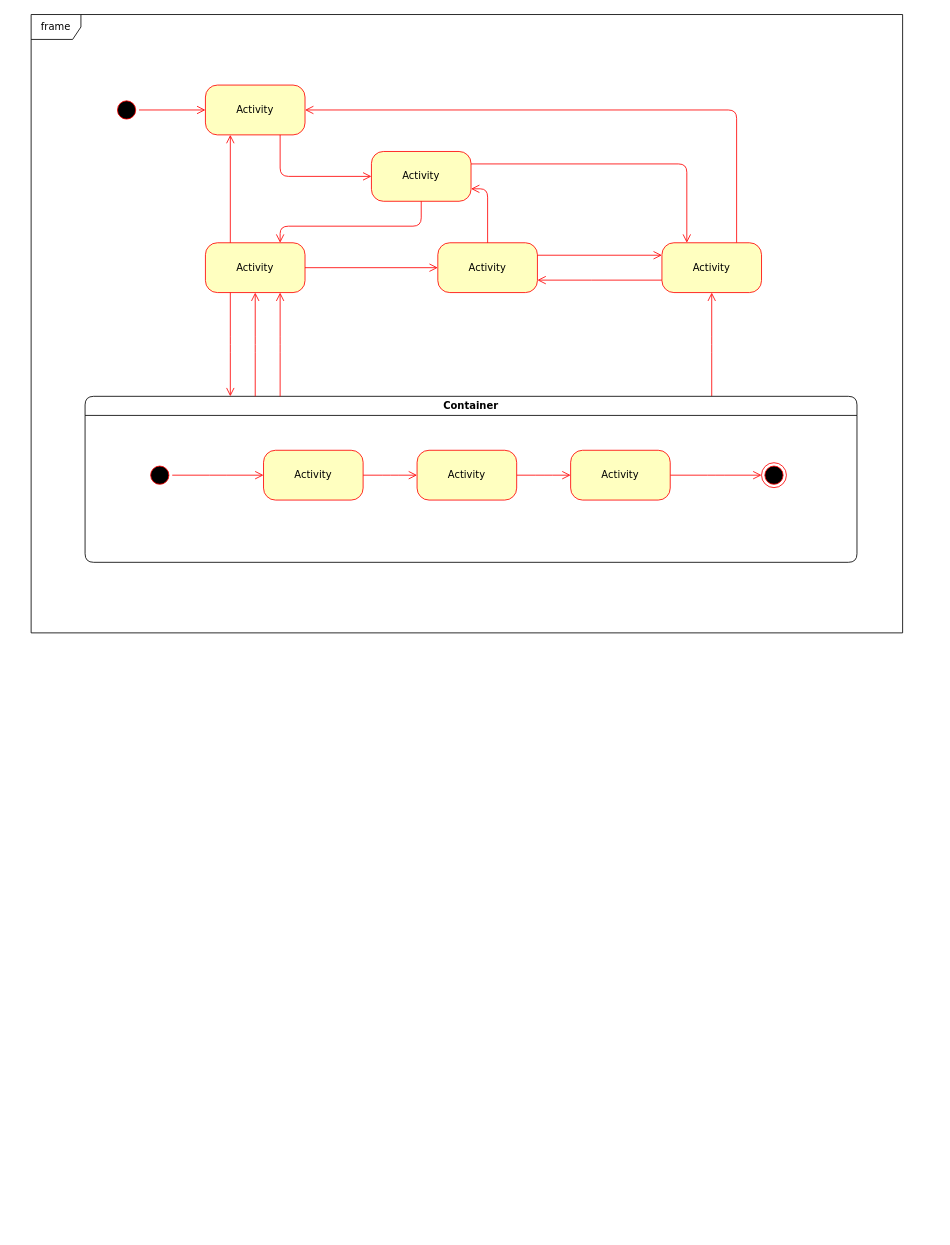
Before: Untitled Diagram.drawio in 820239854/DS_IN_C, a draw.io diagram. Source tidied: cells renumbered, new cells numbered last; positions are measured from the earlier drawing's top-left corner, leaving out a move shared by most shapes. Both pictures are drawn from the tidied source at 83%, with x=0, y=0 at pixel (31, 14).
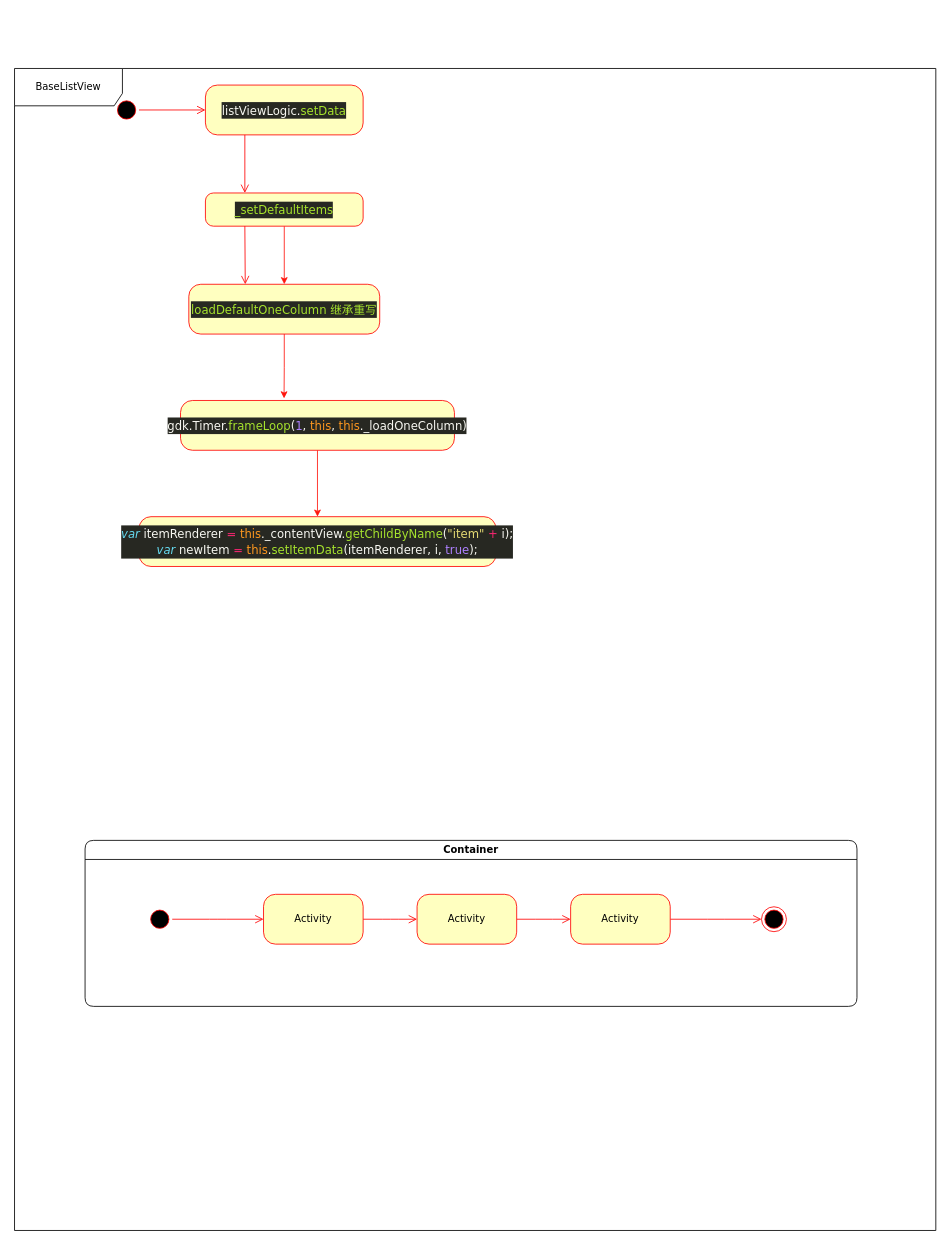
The same diagram, later.

Diff of the diagram source:
```diff
@@
+    <mxCell id="22" value="BaseListView" style="shape=umlFrame;whiteSpace=wrap;html=1;rounded=1;shadow=0;comic=0;labelBackgroundColor=none;strokeWidth=1;fontFamily=Verdana;fontSize=12;align=center;width=130;height=45;" parent="1" vertex="1">
+      <mxGeometry x="-20" y="65" width="1110" height="1400" as="geometry" />
+    </mxCell>
@@
+    <mxCell id="33" style="edgeStyle=orthogonalEdgeStyle;rounded=0;jettySize=auto;html=1;strokeColor=#FF150D;" parent="1" edge="1" source="3" target="35">
+      <mxGeometry relative="1" as="geometry" />
+    </mxCell>
-    <mxCell id="3" value="Activity" style="rounded=1;whiteSpace=wrap;html=1;arcSize=24;fillColor=#ffffc0;strokeColor=#ff0000;shadow=0;comic=0;labelBackgroundColor=none;fontFamily=Verdana;fontSize=12;fontColor=#000000;align=center;" parent="1" vertex="1">
-      <mxGeometry x="210" y="275" width="120" height="60" as="geometry" />
+    <mxCell id="3" value="&lt;div style=&quot;color: rgb(248 , 248 , 242) ; background-color: rgb(39 , 40 , 34) ; font-family: &amp;#34;monaco&amp;#34; , , &amp;#34;courier new&amp;#34; , monospace , &amp;#34;consolas&amp;#34; , &amp;#34;courier new&amp;#34; , monospace ; font-size: 14px ; line-height: 20px&quot;&gt;&lt;span style=&quot;color: #a6e22e&quot;&gt;_setDefaultItems&lt;/span&gt;&lt;/div&gt;" style="rounded=1;whiteSpace=wrap;html=1;arcSize=24;fillColor=#ffffc0;strokeColor=#ff0000;shadow=0;comic=0;labelBackgroundColor=none;fontFamily=Verdana;fontSize=12;fontColor=#000000;align=center;" parent="1" vertex="1">
+      <mxGeometry x="210" y="215" width="190" height="40" as="geometry" />
     </mxCell>
-    <mxCell id="4" value="Activity" style="rounded=1;whiteSpace=wrap;html=1;arcSize=24;fillColor=#ffffc0;strokeColor=#ff0000;shadow=0;comic=0;labelBackgroundColor=none;fontFamily=Verdana;fontSize=12;fontColor=#000000;align=center;" parent="1" vertex="1">
-      <mxGeometry x="210" y="85" width="120" height="60" as="geometry" />
+    <mxCell id="4" value="&lt;div style=&quot;color: rgb(248 , 248 , 242) ; background-color: rgb(39 , 40 , 34) ; font-family: &amp;#34;monaco&amp;#34; , , &amp;#34;courier new&amp;#34; , monospace , &amp;#34;consolas&amp;#34; , &amp;#34;courier new&amp;#34; , monospace ; font-size: 14px ; line-height: 20px&quot;&gt;listViewLogic.&lt;span style=&quot;color: #a6e22e&quot;&gt;setData&lt;/span&gt;&lt;/div&gt;" style="rounded=1;whiteSpace=wrap;html=1;arcSize=24;fillColor=#ffffc0;strokeColor=#ff0000;shadow=0;comic=0;labelBackgroundColor=none;fontFamily=Verdana;fontSize=12;fontColor=#000000;align=center;" parent="1" vertex="1">
+      <mxGeometry x="210" y="85" width="190" height="60" as="geometry" />
     </mxCell>
-    <mxCell id="5" style="edgeStyle=orthogonalEdgeStyle;html=1;exitX=1;exitY=0.25;entryX=0.25;entryY=0;labelBackgroundColor=none;endArrow=open;endSize=8;strokeColor=#ff0000;fontFamily=Verdana;fontSize=12;align=left;" parent="1" edge="1" source="6" target="9">
-      <mxGeometry relative="1" as="geometry" />
+    <mxCell id="5" style="edgeStyle=orthogonalEdgeStyle;html=1;exitX=1;exitY=0.25;entryX=0.25;entryY=0;labelBackgroundColor=none;endArrow=open;endSize=8;strokeColor=#ff0000;fontFamily=Verdana;fontSize=12;align=left;" parent="1" edge="1">
+      <mxGeometry relative="1" as="geometry">
+        <mxPoint x="530" y="180" as="sourcePoint" />
+      </mxGeometry>
     </mxCell>
-    <mxCell id="6" value="Activity" style="rounded=1;whiteSpace=wrap;html=1;arcSize=24;fillColor=#ffffc0;strokeColor=#ff0000;shadow=0;comic=0;labelBackgroundColor=none;fontFamily=Verdana;fontSize=12;fontColor=#000000;align=center;" parent="1" vertex="1">
-      <mxGeometry x="410" y="165" width="120" height="60" as="geometry" />
-    </mxCell>
-    <mxCell id="7" style="edgeStyle=orthogonalEdgeStyle;html=1;exitX=0.75;exitY=0;entryX=1;entryY=0.5;labelBackgroundColor=none;endArrow=open;endSize=8;strokeColor=#ff0000;fontFamily=Verdana;fontSize=12;align=left;" parent="1" edge="1" source="9" target="4">
-      <mxGeometry relative="1" as="geometry">
-        <Array as="points">
-          <mxPoint x="850" y="115" />
-        </Array>
-      </mxGeometry>
-    </mxCell>
-    <mxCell id="8" style="edgeStyle=elbowEdgeStyle;html=1;exitX=0;exitY=0.75;entryX=1;entryY=0.75;labelBackgroundColor=none;endArrow=open;endSize=8;strokeColor=#ff0000;fontFamily=Verdana;fontSize=12;align=left;" parent="1" edge="1" source="9" target="10">
-      <mxGeometry relative="1" as="geometry" />
+    <mxCell id="8" style="edgeStyle=elbowEdgeStyle;html=1;exitX=0;exitY=0.75;entryX=1;entryY=0.75;labelBackgroundColor=none;endArrow=open;endSize=8;strokeColor=#ff0000;fontFamily=Verdana;fontSize=12;align=left;" parent="1" edge="1">
+      <mxGeometry relative="1" as="geometry">
+        <mxPoint x="610" y="320" as="targetPoint" />
+      </mxGeometry>
     </mxCell>
-    <mxCell id="9" value="Activity" style="rounded=1;whiteSpace=wrap;html=1;arcSize=24;fillColor=#ffffc0;strokeColor=#ff0000;shadow=0;comic=0;labelBackgroundColor=none;fontFamily=Verdana;fontSize=12;fontColor=#000000;align=center;" parent="1" vertex="1">
-      <mxGeometry x="760" y="275" width="120" height="60" as="geometry" />
-    </mxCell>
-    <mxCell id="10" value="Activity" style="rounded=1;whiteSpace=wrap;html=1;arcSize=24;fillColor=#ffffc0;strokeColor=#ff0000;shadow=0;comic=0;labelBackgroundColor=none;fontFamily=Verdana;fontSize=12;fontColor=#000000;align=center;" parent="1" vertex="1">
-      <mxGeometry x="490" y="275" width="120" height="60" as="geometry" />
-    </mxCell>
-    <mxCell id="11" style="edgeStyle=elbowEdgeStyle;html=1;labelBackgroundColor=none;endArrow=open;endSize=8;strokeColor=#ff0000;fontFamily=Verdana;fontSize=12;align=left;" parent="1" edge="1" source="12" target="9">
-      <mxGeometry relative="1" as="geometry" />
-    </mxCell>
     <mxCell id="12" value="Container" style="swimlane;whiteSpace=wrap;html=1;rounded=1;shadow=0;comic=0;labelBackgroundColor=none;strokeWidth=1;fontFamily=Verdana;fontSize=12;align=center;" parent="1" vertex="1">
-      <mxGeometry x="65" y="460" width="930" height="200" as="geometry" />
+      <mxGeometry x="65" y="995" width="930" height="200" as="geometry" />
     </mxCell>
@@
-    <mxCell id="22" value="frame" style="shape=umlFrame;whiteSpace=wrap;html=1;rounded=1;shadow=0;comic=0;labelBackgroundColor=none;strokeWidth=1;fontFamily=Verdana;fontSize=12;align=center;" parent="1" vertex="1">
-      <mxGeometry width="1050" height="745" as="geometry" />
-    </mxCell>
@@
-    <mxCell id="24" style="edgeStyle=orthogonalEdgeStyle;html=1;labelBackgroundColor=none;endArrow=open;endSize=8;strokeColor=#ff0000;fontFamily=Verdana;fontSize=12;align=left;entryX=0;entryY=0.5;" parent="1" edge="1" source="4" target="6">
-      <mxGeometry relative="1" as="geometry">
-        <Array as="points">
-          <mxPoint x="300" y="195" />
-        </Array>
-      </mxGeometry>
-    </mxCell>
-    <mxCell id="25" style="edgeStyle=orthogonalEdgeStyle;html=1;entryX=0.75;entryY=0;labelBackgroundColor=none;endArrow=open;endSize=8;strokeColor=#ff0000;fontFamily=Verdana;fontSize=12;align=left;exitX=0.5;exitY=1;" parent="1" edge="1" source="6" target="3">
-      <mxGeometry relative="1" as="geometry">
-        <Array as="points">
-          <mxPoint x="470" y="255" />
-          <mxPoint x="300" y="255" />
-        </Array>
-      </mxGeometry>
-    </mxCell>
-    <mxCell id="26" style="edgeStyle=orthogonalEdgeStyle;html=1;exitX=0.25;exitY=0;entryX=0.25;entryY=1;labelBackgroundColor=none;endArrow=open;endSize=8;strokeColor=#ff0000;fontFamily=Verdana;fontSize=12;align=left;" parent="1" edge="1" source="3" target="4">
-      <mxGeometry relative="1" as="geometry" />
-    </mxCell>
-    <mxCell id="27" style="edgeStyle=orthogonalEdgeStyle;html=1;exitX=1;exitY=0.5;entryX=0;entryY=0.5;labelBackgroundColor=none;endArrow=open;endSize=8;strokeColor=#ff0000;fontFamily=Verdana;fontSize=12;align=left;" parent="1" edge="1" source="3" target="10">
-      <mxGeometry relative="1" as="geometry" />
-    </mxCell>
-    <mxCell id="28" style="edgeStyle=orthogonalEdgeStyle;html=1;exitX=0.5;exitY=0;entryX=1;entryY=0.75;labelBackgroundColor=none;endArrow=open;endSize=8;strokeColor=#ff0000;fontFamily=Verdana;fontSize=12;align=left;" parent="1" edge="1" source="10" target="6">
-      <mxGeometry relative="1" as="geometry" />
+    <mxCell id="28" style="edgeStyle=orthogonalEdgeStyle;html=1;exitX=0.5;exitY=0;entryX=1;entryY=0.75;labelBackgroundColor=none;endArrow=open;endSize=8;strokeColor=#ff0000;fontFamily=Verdana;fontSize=12;align=left;" parent="1" edge="1">
+      <mxGeometry relative="1" as="geometry">
+        <mxPoint x="530" y="210" as="targetPoint" />
+      </mxGeometry>
     </mxCell>
-    <mxCell id="29" style="edgeStyle=orthogonalEdgeStyle;html=1;exitX=1;exitY=0.25;entryX=0;entryY=0.25;labelBackgroundColor=none;endArrow=open;endSize=8;strokeColor=#ff0000;fontFamily=Verdana;fontSize=12;align=left;" parent="1" edge="1" source="10" target="9">
-      <mxGeometry relative="1" as="geometry" />
+    <mxCell id="29" style="edgeStyle=orthogonalEdgeStyle;html=1;exitX=1;exitY=0.25;entryX=0;entryY=0.25;labelBackgroundColor=none;endArrow=open;endSize=8;strokeColor=#ff0000;fontFamily=Verdana;fontSize=12;align=left;" parent="1" edge="1">
+      <mxGeometry relative="1" as="geometry">
+        <mxPoint x="610" y="290" as="sourcePoint" />
+      </mxGeometry>
     </mxCell>
-    <mxCell id="30" style="edgeStyle=elbowEdgeStyle;html=1;labelBackgroundColor=none;endArrow=open;endSize=8;strokeColor=#ff0000;fontFamily=Verdana;fontSize=12;align=left;entryX=0.75;entryY=1;" parent="1" edge="1" source="12" target="3">
-      <mxGeometry relative="1" as="geometry" />
-    </mxCell>
-    <mxCell id="31" style="edgeStyle=elbowEdgeStyle;html=1;labelBackgroundColor=none;endArrow=open;endSize=8;strokeColor=#ff0000;fontFamily=Verdana;fontSize=12;align=left;entryX=0.5;entryY=1;" parent="1" edge="1" source="12" target="3">
-      <mxGeometry relative="1" as="geometry" />
-    </mxCell>
-    <mxCell id="32" style="edgeStyle=elbowEdgeStyle;html=1;labelBackgroundColor=none;endArrow=open;endSize=8;strokeColor=#ff0000;fontFamily=Verdana;fontSize=12;align=left;exitX=0.25;exitY=1;" parent="1" edge="1" source="3" target="12">
+    <mxCell id="32" style="edgeStyle=elbowEdgeStyle;html=1;labelBackgroundColor=none;endArrow=open;endSize=8;strokeColor=#ff0000;fontFamily=Verdana;fontSize=12;align=left;exitX=0.25;exitY=1;" parent="1" edge="1" source="3" target="35">
       <mxGeometry relative="1" as="geometry" />
     </mxCell>
+    <mxCell id="26" style="edgeStyle=orthogonalEdgeStyle;html=1;exitX=0.25;exitY=1;entryX=0.25;entryY=0;labelBackgroundColor=none;endArrow=open;endSize=8;strokeColor=#ff0000;fontFamily=Verdana;fontSize=12;align=left;exitDx=0;exitDy=0;entryDx=0;entryDy=0;" parent="1" edge="1" source="4" target="3">
+      <mxGeometry relative="1" as="geometry" />
+    </mxCell>
+    <mxCell id="34" style="edgeStyle=orthogonalEdgeStyle;rounded=0;jettySize=auto;html=1;entryX=0.378;entryY=-0.042;entryDx=0;entryDy=0;entryPerimeter=0;strokeColor=#FF150D;" parent="1" edge="1" source="35" target="37">
+      <mxGeometry relative="1" as="geometry" />
+    </mxCell>
+    <mxCell id="35" value="&lt;div style=&quot;color: rgb(248 , 248 , 242) ; background-color: rgb(39 , 40 , 34) ; font-family: &amp;#34;monaco&amp;#34; , , &amp;#34;courier new&amp;#34; , monospace , &amp;#34;consolas&amp;#34; , &amp;#34;courier new&amp;#34; , monospace ; font-size: 14px ; line-height: 20px&quot;&gt;&lt;span style=&quot;color: #a6e22e&quot;&gt;loadDefaultOneColumn 继承重写&lt;/span&gt;&lt;/div&gt;" style="rounded=1;whiteSpace=wrap;html=1;arcSize=24;fillColor=#ffffc0;strokeColor=#ff0000;shadow=0;comic=0;labelBackgroundColor=none;fontFamily=Verdana;fontSize=12;fontColor=#000000;align=center;" parent="1" vertex="1">
+      <mxGeometry x="190" y="325" width="230" height="60" as="geometry" />
+    </mxCell>
+    <mxCell id="36" style="edgeStyle=orthogonalEdgeStyle;rounded=0;jettySize=auto;html=1;strokeColor=#FF150D;" parent="1" edge="1" source="37" target="38">
+      <mxGeometry relative="1" as="geometry" />
+    </mxCell>
+    <mxCell id="37" value="&lt;div style=&quot;color: rgb(248 , 248 , 242) ; background-color: rgb(39 , 40 , 34) ; font-family: &amp;#34;monaco&amp;#34; , , &amp;#34;courier new&amp;#34; , monospace , &amp;#34;consolas&amp;#34; , &amp;#34;courier new&amp;#34; , monospace ; font-size: 14px ; line-height: 20px&quot;&gt;&lt;div style=&quot;font-family: &amp;#34;monaco&amp;#34; , , &amp;#34;courier new&amp;#34; , monospace , &amp;#34;consolas&amp;#34; , &amp;#34;courier new&amp;#34; , monospace ; line-height: 20px&quot;&gt;gdk.Timer.&lt;span style=&quot;color: #a6e22e&quot;&gt;frameLoop&lt;/span&gt;(&lt;span style=&quot;color: #ae81ff&quot;&gt;1&lt;/span&gt;,&amp;nbsp;&lt;span style=&quot;color: #fd971f&quot;&gt;this&lt;/span&gt;,&amp;nbsp;&lt;span style=&quot;color: #fd971f&quot;&gt;this&lt;/span&gt;._loadOneColumn)&lt;/div&gt;&lt;/div&gt;" style="rounded=1;whiteSpace=wrap;html=1;arcSize=24;fillColor=#ffffc0;strokeColor=#ff0000;shadow=0;comic=0;labelBackgroundColor=none;fontFamily=Verdana;fontSize=12;fontColor=#000000;align=center;" parent="1" vertex="1">
+      <mxGeometry x="180" y="465" width="330" height="60" as="geometry" />
+    </mxCell>
+    <mxCell id="38" value="&lt;div style=&quot;color: rgb(248 , 248 , 242) ; background-color: rgb(39 , 40 , 34) ; font-family: &amp;#34;monaco&amp;#34; , , &amp;#34;courier new&amp;#34; , monospace , &amp;#34;consolas&amp;#34; , &amp;#34;courier new&amp;#34; , monospace ; font-size: 14px ; line-height: 20px&quot;&gt;&lt;div style=&quot;font-family: &amp;#34;monaco&amp;#34; , , &amp;#34;courier new&amp;#34; , monospace , &amp;#34;consolas&amp;#34; , &amp;#34;courier new&amp;#34; , monospace ; line-height: 20px&quot;&gt;&lt;div style=&quot;font-family: &amp;#34;monaco&amp;#34; , , &amp;#34;courier new&amp;#34; , monospace , &amp;#34;consolas&amp;#34; , &amp;#34;courier new&amp;#34; , monospace ; line-height: 20px&quot;&gt;&lt;span style=&quot;color: #66d9ef ; font-style: italic&quot;&gt;var&lt;/span&gt;&amp;nbsp;itemRenderer&amp;nbsp;&lt;span style=&quot;color: #f92672&quot;&gt;=&lt;/span&gt;&amp;nbsp;&lt;span style=&quot;color: #fd971f&quot;&gt;this&lt;/span&gt;._contentView.&lt;span style=&quot;color: #a6e22e&quot;&gt;getChildByName&lt;/span&gt;(&lt;span style=&quot;color: #e6db74&quot;&gt;&quot;item&quot;&lt;/span&gt;&amp;nbsp;&lt;span style=&quot;color: #f92672&quot;&gt;+&lt;/span&gt;&amp;nbsp;i);&lt;br&gt;&lt;div style=&quot;font-family: &amp;#34;monaco&amp;#34; , , &amp;#34;courier new&amp;#34; , monospace , &amp;#34;consolas&amp;#34; , &amp;#34;courier new&amp;#34; , monospace ; line-height: 20px&quot;&gt;&lt;span style=&quot;color: #66d9ef ; font-style: italic&quot;&gt;var&lt;/span&gt;&amp;nbsp;newItem&amp;nbsp;&lt;span style=&quot;color: #f92672&quot;&gt;=&lt;/span&gt;&amp;nbsp;&lt;span style=&quot;color: #fd971f&quot;&gt;this&lt;/span&gt;.&lt;span style=&quot;color: #a6e22e&quot;&gt;setItemData&lt;/span&gt;(itemRenderer,&amp;nbsp;i,&amp;nbsp;&lt;span style=&quot;color: #ae81ff&quot;&gt;true&lt;/span&gt;);&lt;/div&gt;&lt;/div&gt;&lt;/div&gt;&lt;/div&gt;" style="rounded=1;whiteSpace=wrap;html=1;arcSize=24;fillColor=#ffffc0;strokeColor=#ff0000;shadow=0;comic=0;labelBackgroundColor=none;fontFamily=Verdana;fontSize=12;fontColor=#000000;align=center;" parent="1" vertex="1">
+      <mxGeometry x="130" y="605" width="430" height="60" as="geometry" />
+    </mxCell>
```
